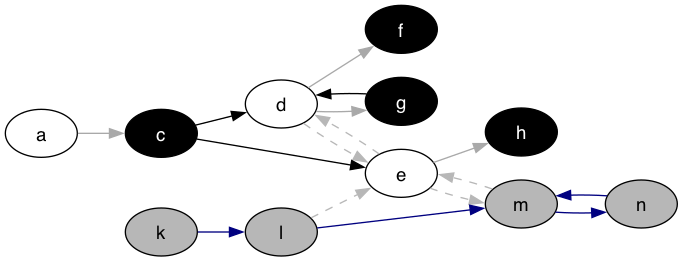
Above: lib/graphs/kernel_graph_colored.png in idaks/Games-and-Argumentation (Graphviz), before the change. Its source is kept beside it as lib/graphs/kernel_graph_colored.dot.
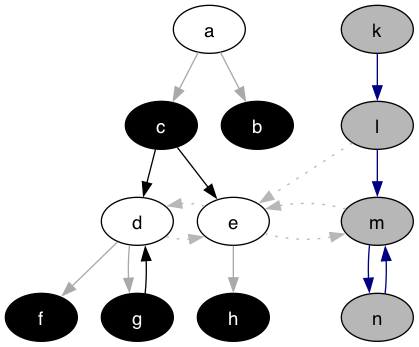
The same file after the commit.

Diff of the diagram source:
```diff
@@ -1,28 +1,29 @@
 digraph G {
-  rankdir="LR"
+  rankdir="TB"
   node [shape=oval style=filled fontname=Helvetica fontsize=14]
-  node [fillcolor="#ffffff" fontcolor="#000000"] a d e;
-  node [fillcolor="#000000" fontcolor="#ffffff"] c f g h;
-  node [fillcolor="#b7b7b7" fontcolor="#000000"] k l m n;
-  edge [dir=forward, color="#A9A9A9", style="solid"]
-        "a" -> "c";
-        "d" -> "f";
-        "d" -> "g";
-        "e" -> "h";
-  edge [dir=forward, color="#000080", style="solid"]
-        "k" -> "l";
-        "l" -> "m";
-        "m" -> "n";
-        "n" -> "m";
-  edge [dir=forward, color="#000000", style="solid"]
-        "c" -> "d";
-        "c" -> "e";
-        "g" -> "d";
-  edge [dir=forward, color="#b7b7b7", style="dashed"]
-        "l" -> "e";
-        "d" -> "e";
-        "e" -> "d";
-        "e" -> "m";
-        "m" -> "e";
+  node [fillcolor="#ffffff" fontcolor="#000000"] a d e
+  node [fillcolor="#000000" fontcolor="#ffffff"] c b f g h
+  node [fillcolor="#b7b7b7" fontcolor="#000000"] k l m n
+  edge [dir=forward color="#A9A9A9" style="solid"]
+        "a" -> "c"
+        "a" -> "b"
+        "d" -> "f"
+        "d" -> "g"
+        "e" -> "h"
+  edge [dir=forward color="#000080" style="solid"]
+        "k" -> "l"
+        "l" -> "m"
+        "m" -> "n"
+        "n" -> "m"
+  edge [dir=forward color="#000000" style="solid"]
+        "c" -> "d"
+        "c" -> "e"
+        "g" -> "d"
+  edge [dir=forward color="#b7b7b7" style="dotted" constraint=false]
+        "l" -> "e"
+        "d" -> "e"
+        "e" -> "d"
+        "e" -> "m"
+        "m" -> "e"
 
 }
```
